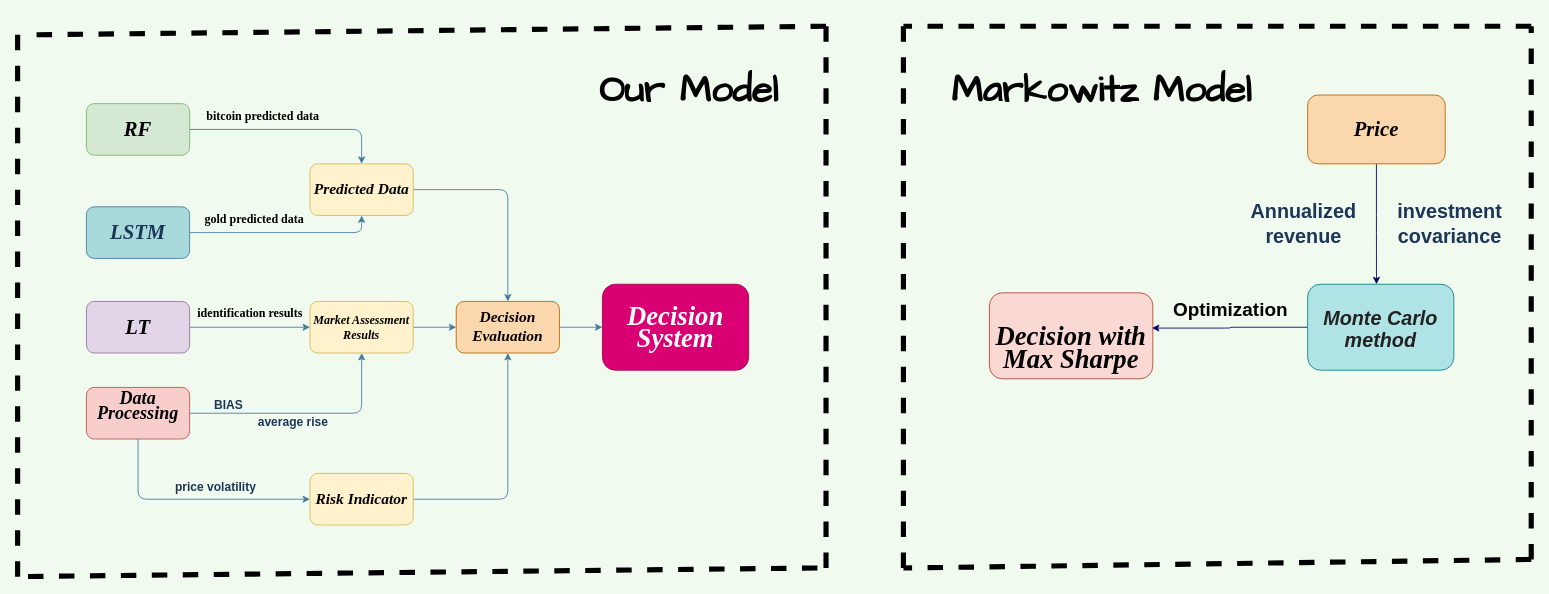
The draw.io diagram math.drawio in Silver-2333/myfile, before the edit. Source tidied: cells renumbered, new cells numbered last; positions are measured from the earlier drawing's top-left corner, leaving out a move shared by most shapes. Both pictures are drawn from the tidied source at 86%, with x=0, y=0 at pixel (17, 17).
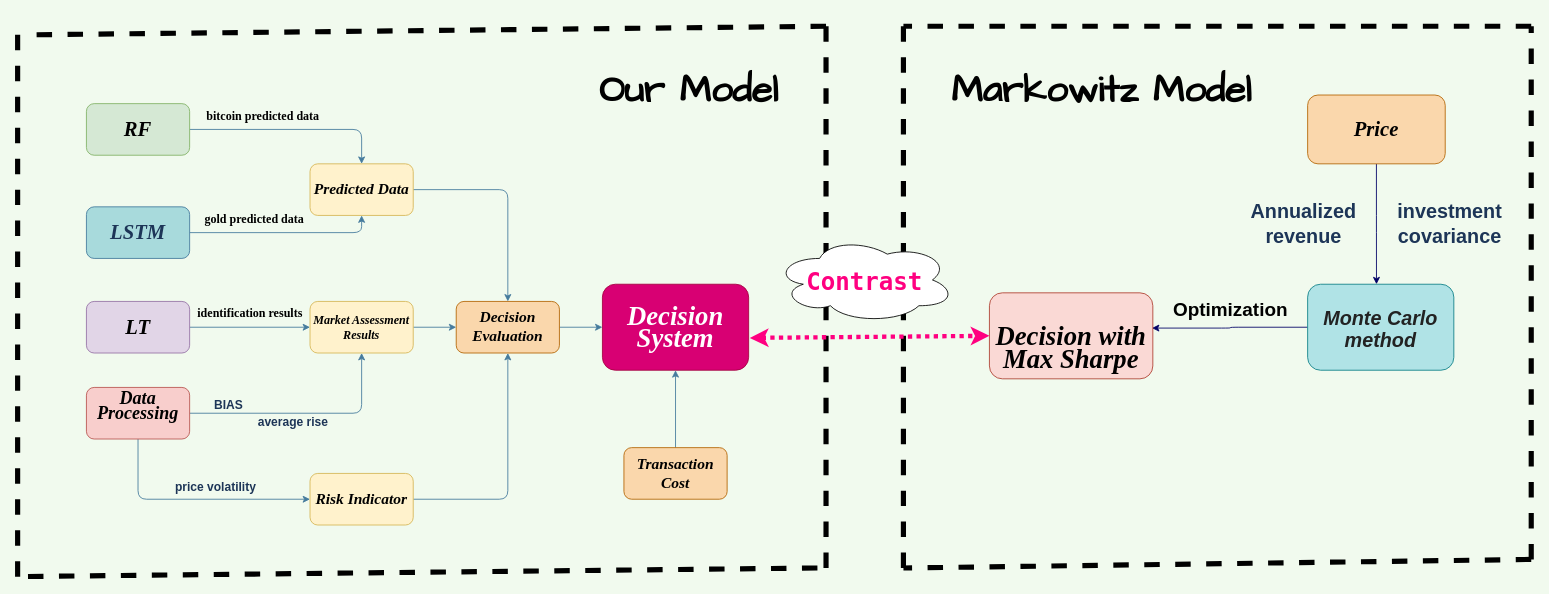
Above is the later version.

Unchanged cells that the change refers to:
```xml
<mxCell id="22" value="&lt;h2 style=&quot;line-height: 0.8&quot;&gt;&lt;font face=&quot;Times New Roman&quot; size=&quot;1&quot;&gt;&lt;i style=&quot;font-size: 31px&quot;&gt;Decision System&lt;/i&gt;&lt;/font&gt;&lt;/h2&gt;" style="rounded=1;whiteSpace=wrap;html=1;fillColor=#d80073;strokeColor=#A50040;fontSize=21;fontColor=#ffffff;" parent="1" vertex="1">
  <mxGeometry x="680" y="310" width="170" height="100" as="geometry" />
</mxCell>
<mxCell id="41" value="&lt;br&gt;&lt;br&gt;&lt;h2 style=&quot;font-family: &amp;#34;helvetica&amp;#34; ; font-style: normal ; letter-spacing: normal ; text-align: center ; text-indent: 0px ; text-transform: none ; word-spacing: 0px ; line-height: 0.8&quot;&gt;&lt;font face=&quot;Times New Roman&quot; size=&quot;1&quot;&gt;&lt;i style=&quot;font-size: 31px&quot;&gt;Decision with Max Sharpe&lt;/i&gt;&lt;/font&gt;&lt;/h2&gt;&lt;br&gt;" style="rounded=1;whiteSpace=wrap;html=1;labelBackgroundColor=none;sketch=0;fontSize=22;strokeColor=#ae4132;fillColor=#fad9d5;" parent="1" vertex="1">
  <mxGeometry x="1130" y="320" width="190" height="100" as="geometry" />
</mxCell>
```

Change to the diagram source:
```diff
@@
+    <mxCell id="45" style="edgeStyle=orthogonalEdgeStyle;rounded=0;jettySize=auto;html=1;strokeColor=#457B9D;entryX=0.5;entryY=1;entryDx=0;entryDy=0;" parent="1" edge="1" source="46" target="22">
+      <mxGeometry relative="1" as="geometry" />
+    </mxCell>
+    <mxCell id="46" value="&lt;h1 style=&quot;font-size: 18px&quot;&gt;&lt;font face=&quot;Times New Roman&quot;&gt;&lt;i&gt;Transaction Cost&lt;/i&gt;&lt;/font&gt;&lt;/h1&gt;" style="rounded=1;whiteSpace=wrap;html=1;fillColor=#fad7ac;strokeColor=#b46504;fontSize=18;" parent="1" vertex="1">
+      <mxGeometry x="705" y="500" width="120" height="60" as="geometry" />
+    </mxCell>
+    <mxCell id="47" style="endArrow=classic;startArrow=classic;html=1;rounded=1;strokeColor=#FF0080;entryX=0;entryY=0.5;entryDx=0;entryDy=0;exitX=1.008;exitY=0.624;exitDx=0;exitDy=0;exitPerimeter=0;strokeWidth=5;dashed=1;dashPattern=1 1;" parent="1" edge="1" source="22" target="41">
+      <mxGeometry relative="1" as="geometry" />
+    </mxCell>
+    <mxCell id="48" value="&lt;b&gt;&lt;font face=&quot;Lucida Console&quot; style=&quot;font-size: 28px&quot;&gt;Contrast&lt;/font&gt;&lt;/b&gt;" style="ellipse;shape=cloud;whiteSpace=wrap;html=1;fontSize=33;fontColor=#FF0080;" parent="1" vertex="1">
+      <mxGeometry x="880" y="255" width="210" height="100" as="geometry" />
+    </mxCell>
```
